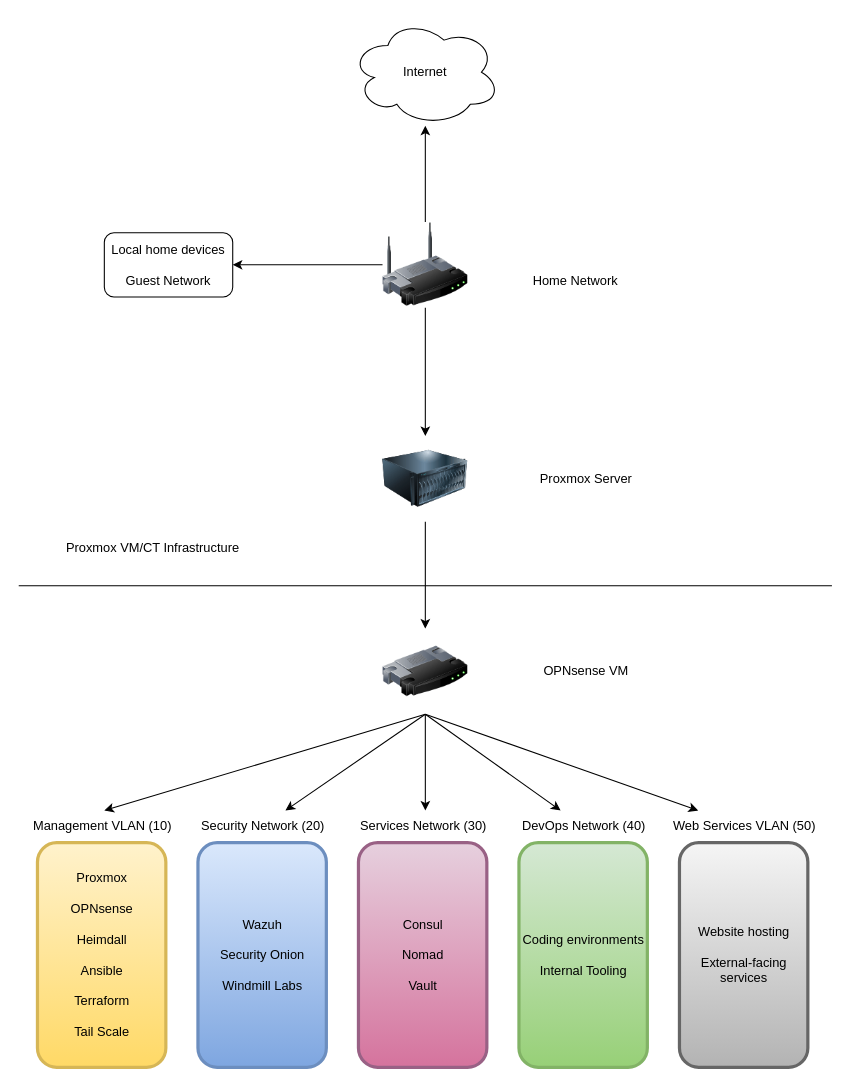
The draw.io diagram assets/Untitled Diagram.drawio in jaromtia/Proxmox-home, before the edit. Source tidied: cells renumbered, new cells numbered last; positions are measured from the earlier drawing's top-left corner, leaving out a move shared by most shapes. Both pictures are drawn from the tidied source at 107%, with x=0, y=0 at pixel (18, 18).
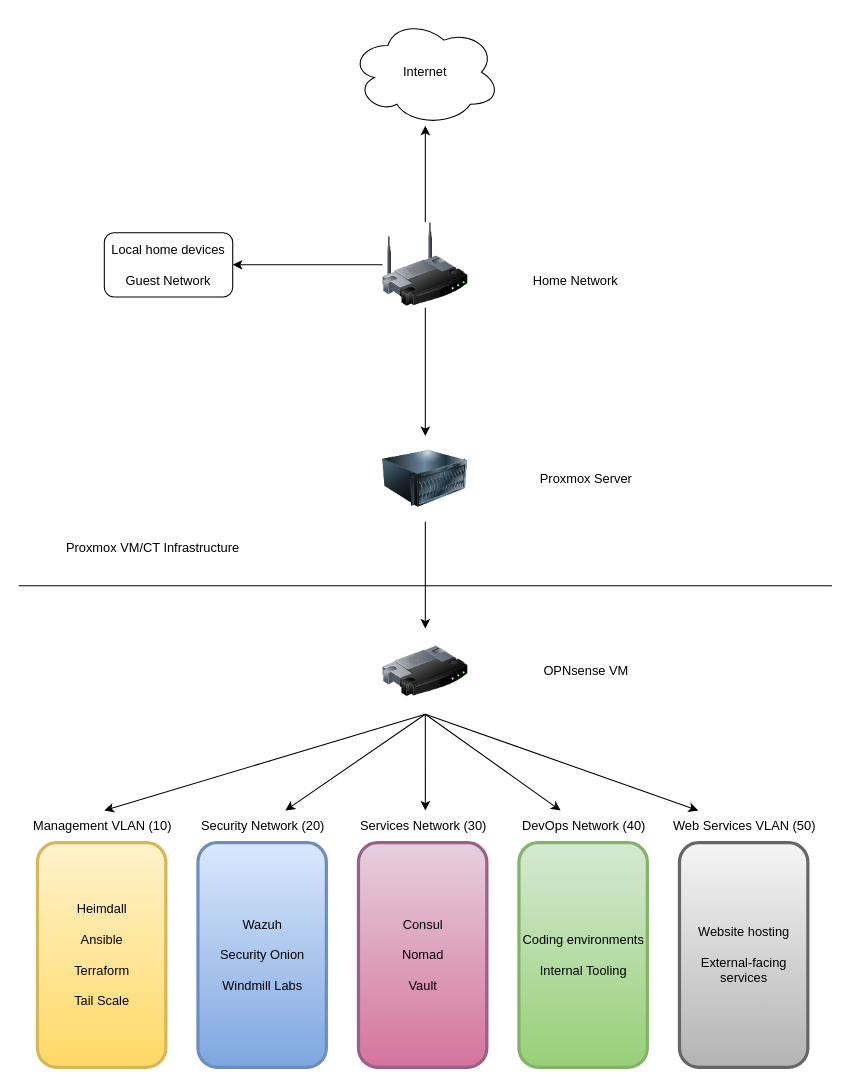
After the change.

The change refers to these unchanged cells:
```xml
<mxCell id="18" style="group;" parent="1" vertex="1">
  <mxGeometry x="2.5" y="740" width="150" height="240" as="geometry" />
</mxCell>
```

What changed in the source:
```diff
@@
-    <mxCell id="19" value="Proxmox&lt;div&gt;&lt;br&gt;OPNsense&lt;/div&gt;&lt;div&gt;&lt;br&gt;&lt;/div&gt;&lt;div&gt;Heimdall&lt;/div&gt;&lt;div&gt;&lt;br&gt;&lt;/div&gt;&lt;div&gt;Ansible&lt;/div&gt;&lt;div&gt;&lt;br&gt;&lt;/div&gt;&lt;div&gt;Terraform&lt;/div&gt;&lt;div&gt;&lt;br&gt;&lt;/div&gt;&lt;div&gt;Tail Scale&lt;/div&gt;" style="rounded=1;whiteSpace=wrap;html=1;strokeWidth=3;fillColor=#fff2cc;strokeColor=#d6b656;gradientColor=#ffd966;" parent="18" vertex="1">
+    <mxCell id="19" value="&lt;div&gt;&lt;span style=&quot;background-color: initial;&quot;&gt;Heimdall&lt;/span&gt;&lt;/div&gt;&lt;div&gt;&lt;br&gt;&lt;/div&gt;&lt;div&gt;Ansible&lt;/div&gt;&lt;div&gt;&lt;br&gt;&lt;/div&gt;&lt;div&gt;Terraform&lt;/div&gt;&lt;div&gt;&lt;br&gt;&lt;/div&gt;&lt;div&gt;Tail Scale&lt;/div&gt;" style="rounded=1;whiteSpace=wrap;html=1;strokeWidth=3;fillColor=#fff2cc;strokeColor=#d6b656;gradientColor=#ffd966;" parent="18" vertex="1">
       <mxGeometry x="15" y="30" width="120" height="210" as="geometry" />
     </mxCell>
```
